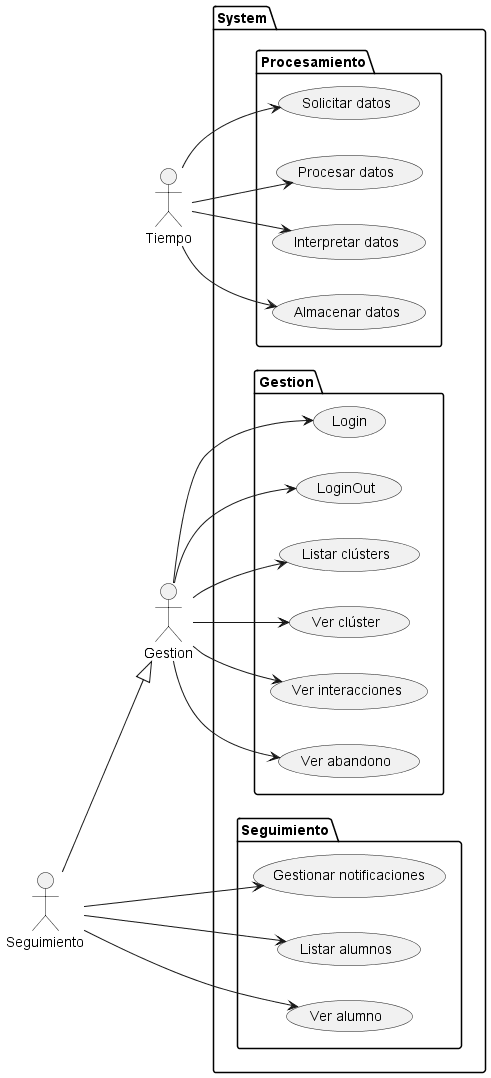
This is 000-entregas/Grupo1/CasosDeUso/images/CasosDeUso.png from mmasias/IdSw1-22-23, a PlantUML export, as it was before one commit.
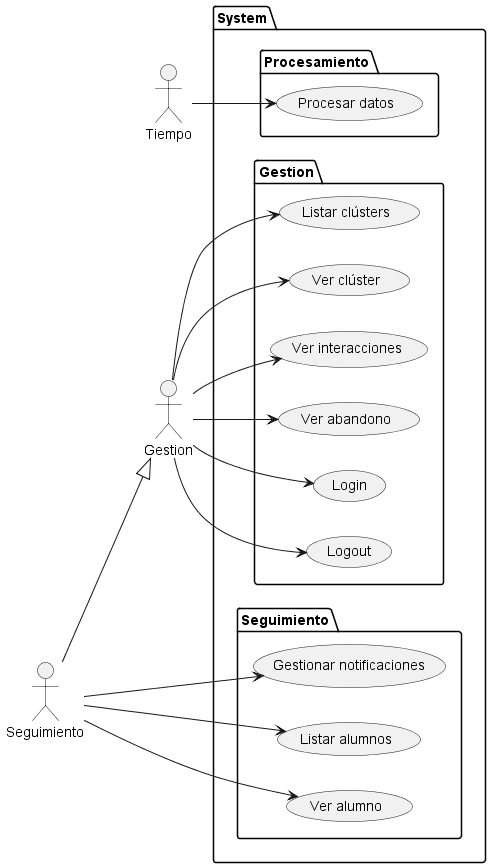
After the commit.

Commit message:
imagen casos de uso cambiada

The edit, as a diff of the source:
```diff
@@ -2,17 +2,13 @@
 left to right direction
 
 actor "Tiempo" as Tiempo
+actor "Seguimiento"	as SEG
 actor "Gestion" as GEST
-actor "Seguimiento"	as SEG
-
 
 package System {
 
   package Procesamiento {
-    usecase "Solicitar datos" as SD
     usecase "Procesar datos" as PD
-    usecase "Interpretar datos" as ID
-    usecase "Almacenar datos" as AD
   }
   package Seguimiento {
     usecase "Gestionar notificaciones" as GN
@@ -20,32 +16,28 @@
     usecase "Ver alumno" as VA
   }
   package Gestion {
-    usecase "Login" as Login
-    usecase "LoginOut" as LoginOut
     usecase "Listar clústers" as LC
     usecase "Ver clúster" as VC
     usecase "Ver interacciones" as VI
     usecase "Ver abandono" as VAB
+    usecase "Login" as Login
+    usecase "Logout" as Logout
   }
 }
 
-Tiempo --> SD
-Tiempo --> AD
 Tiempo --> PD
-Tiempo --> ID
 
 SEG --|> GEST
 
+SEG --> (LA)
+SEG --> (VA)
+SEG --> (GN)
+
 GEST --> (Login)
-GEST --> (LoginOut)
+GEST --> (Logout)
 GEST --> (LC)
 GEST --> (VC)
 GEST --> (VAB)
 GEST --> (VI)
 
-SEG --> (LA)
-SEG --> (VA)
-SEG --> (GN)
-
-
 @enduml
```
